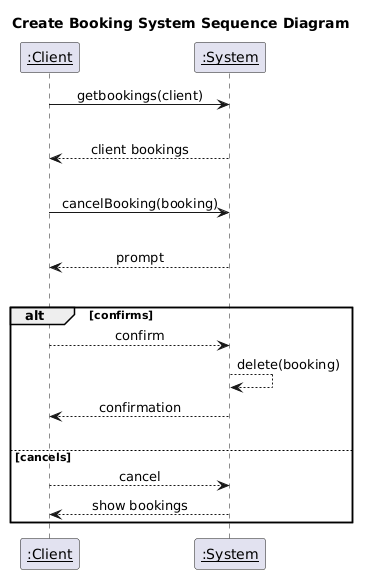
This is deliverables/assets/cancel_booking_system_sequence_diagram.png from PrinceOfNothingg/Lesson-Booking-Management-System, a PlantUML export, as it was before one commit. Source of this version:
```plantuml
@startuml
participant "__:Client__" as actor
participant "__:System__" as system

title Create Booking System Sequence Diagram
skinparam sequenceMessageAlign center

actor -> system : getbookings(client)
|||
system --> actor : client bookings
|||
actor -> system : cancelBooking(booking)
|||
system --> actor : prompt
|||
alt confirms
actor --> system : confirm

system --> system : delete(booking)
system --> actor : confirmation
|||
else cancels
actor --> system : cancel
system --> actor : show bookings

end
@enduml
```
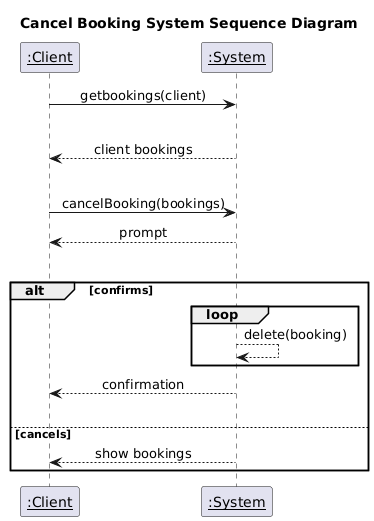
The same diagram one commit later.

Commit message:
add booking interaction diagrams

Change to the diagram source:
```diff
@@ -2,25 +2,23 @@
 participant "__:Client__" as actor
 participant "__:System__" as system
 
-title Create Booking System Sequence Diagram
+title Cancel Booking System Sequence Diagram
 skinparam sequenceMessageAlign center
 
 actor -> system : getbookings(client)
 |||
 system --> actor : client bookings
 |||
-actor -> system : cancelBooking(booking)
-|||
+actor -> system : cancelBooking(bookings)
 system --> actor : prompt
 |||
 alt confirms
-actor --> system : confirm
-
+loop
 system --> system : delete(booking)
+end
 system --> actor : confirmation
 |||
 else cancels
-actor --> system : cancel
 system --> actor : show bookings
 
 end
```
